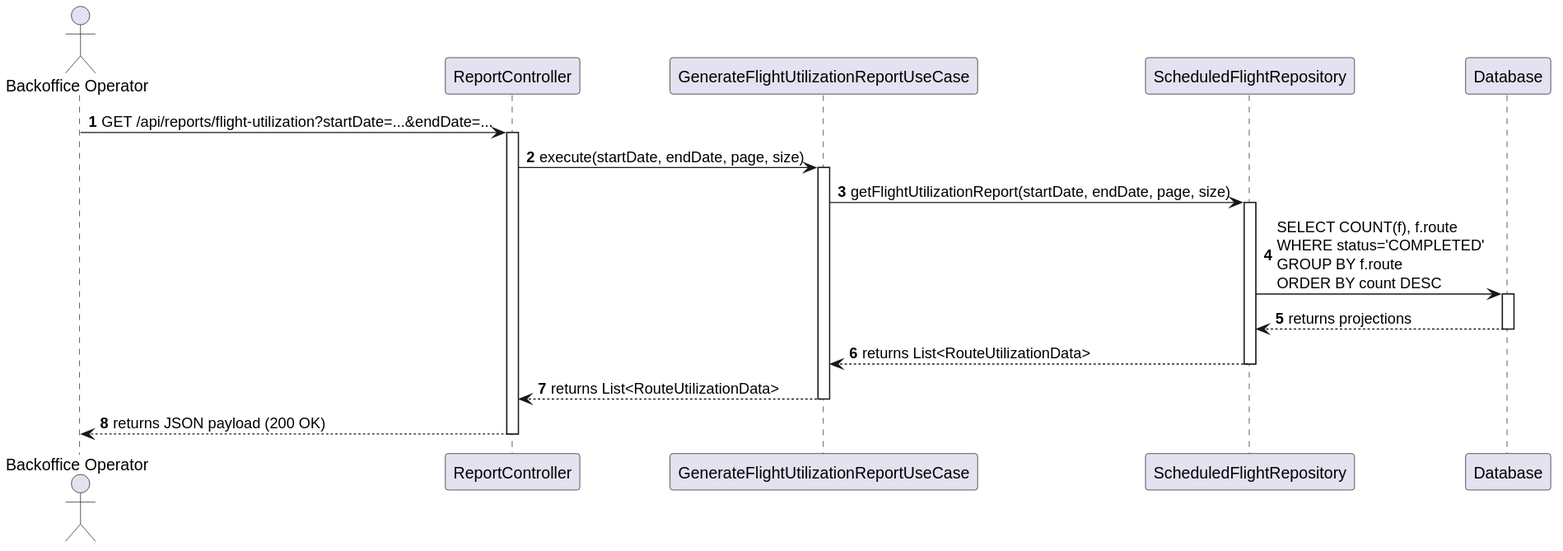
Earlier version of the PlantUML export docs/system-documentation/use-cases/BONUS/US229/svg/sd_us229.svg (VascoMagolo/psoft_1231562_1241692_1242036_2db).
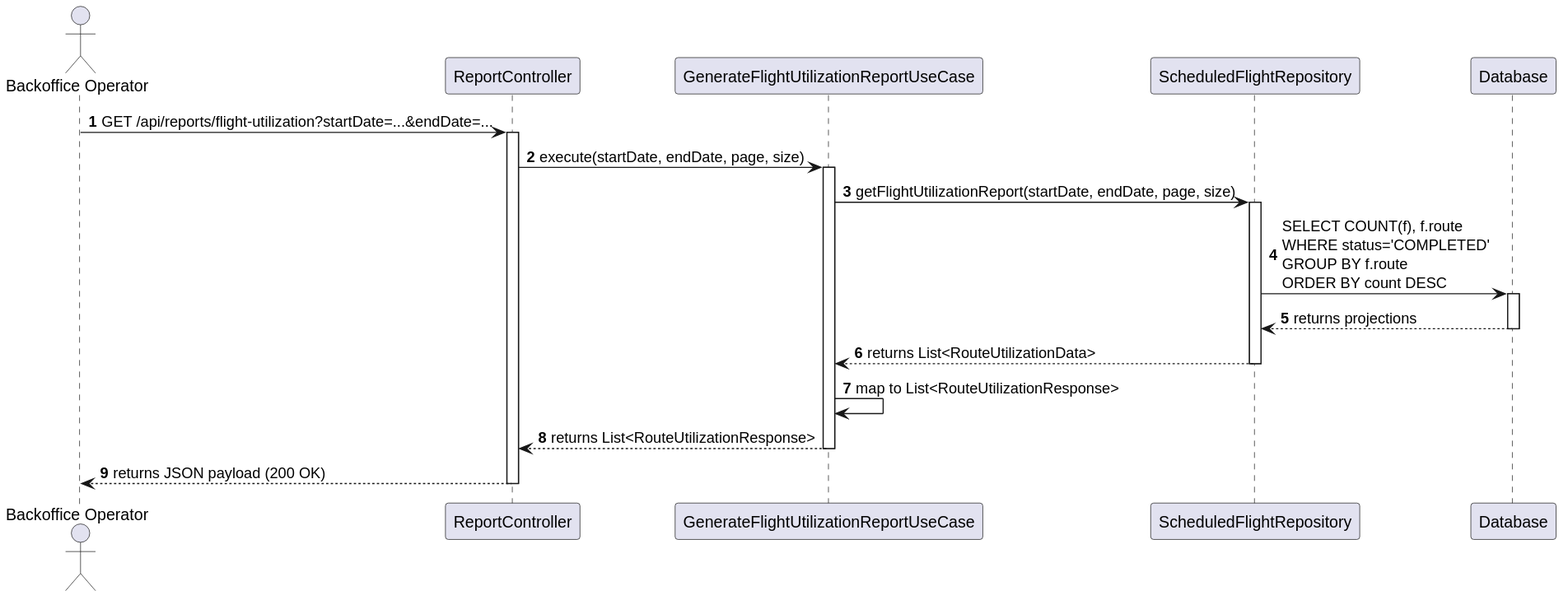
The same diagram one commit later.

The edit, as a diff of the source:
```diff
@@ -23,7 +23,8 @@
 Repo --> UC : returns List<RouteUtilizationData>
 deactivate Repo
 
-UC --> Ctrl : returns List<RouteUtilizationData>
+UC -> UC : map to List<RouteUtilizationResponse>
+UC --> Ctrl : returns List<RouteUtilizationResponse>
 deactivate UC
 
 Ctrl --> BO : returns JSON payload (200 OK)
```
